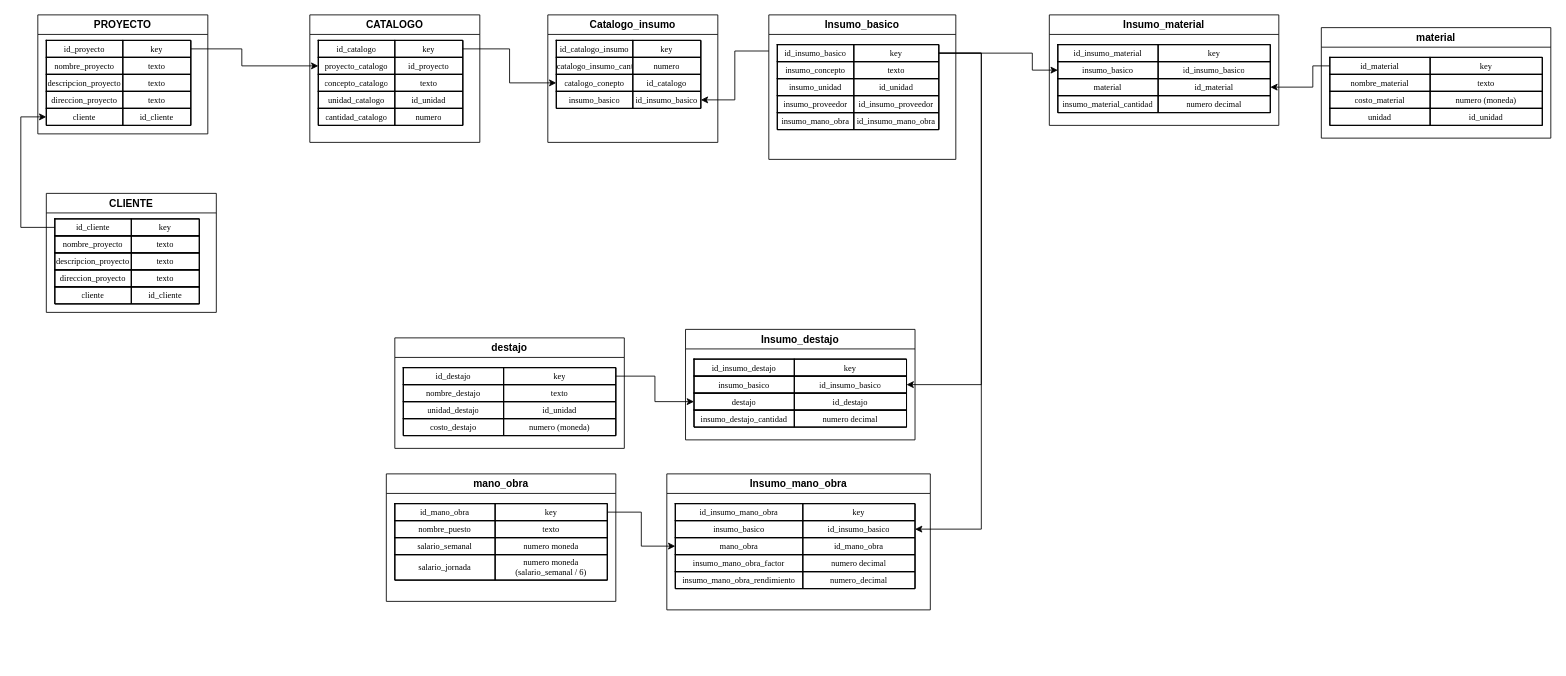
Before: Base_datos.drawio in joserra71/AdmonObra, a draw.io diagram. Source tidied: cells renumbered, new cells numbered last; positions are measured from the earlier drawing's top-left corner, leaving out a move shared by most shapes. Both pictures are drawn from the tidied source at 85%, with x=0, y=0 at pixel (20, 14).
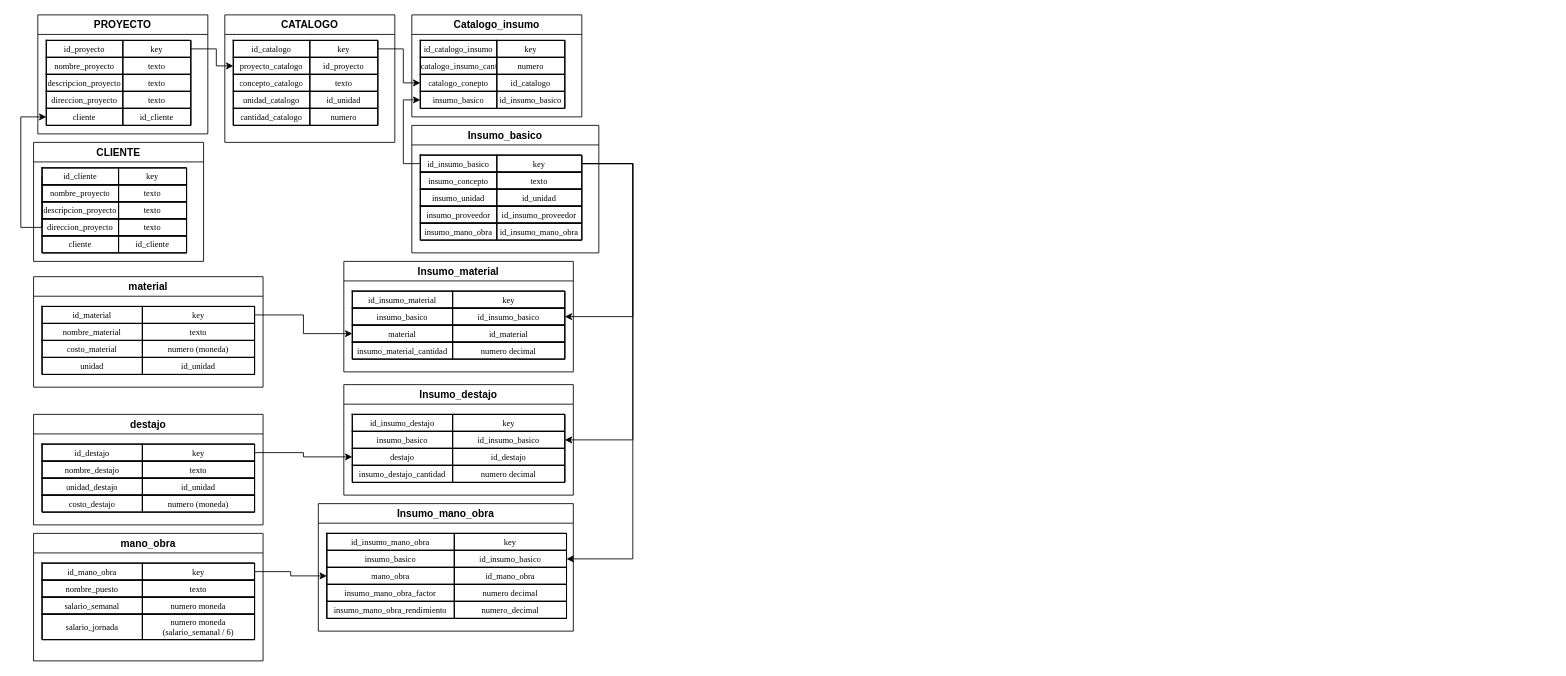
The same diagram, later.

Unchanged cells that the change refers to:
```xml
<mxCell id="4" style="shape=tableRow;horizontal=0;startSize=0;swimlaneHead=0;swimlaneBody=0;strokeColor=inherit;fillColor=none;points=[[0,0.5],[1,0.5]];portConstraint=eastwest;fixedHeader=1;" parent="3" vertex="1">
  <mxGeometry width="170" height="20" as="geometry" />
</mxCell>
<mxCell id="39" style="shape=tableRow;horizontal=0;startSize=0;swimlaneHead=0;swimlaneBody=0;strokeColor=inherit;fillColor=none;points=[[0,0.5],[1,0.5]];portConstraint=eastwest;fixedHeader=1;" parent="38" vertex="1">
  <mxGeometry width="170" height="20" as="geometry" />
</mxCell>
<mxCell id="42" style="shape=tableRow;horizontal=0;startSize=0;swimlaneHead=0;swimlaneBody=0;strokeColor=inherit;fillColor=none;points=[[0,0.5],[1,0.5]];portConstraint=eastwest;fixedHeader=1;" parent="38" vertex="1">
  <mxGeometry y="20" width="170" height="20" as="geometry" />
</mxCell>
<mxCell id="63" style="shape=tableRow;horizontal=0;startSize=0;swimlaneHead=0;swimlaneBody=0;strokeColor=inherit;fillColor=none;points=[[0,0.5],[1,0.5]];portConstraint=eastwest;fixedHeader=1;" parent="56" vertex="1">
  <mxGeometry y="40" width="170" height="20" as="geometry" />
</mxCell>
<mxCell id="66" style="shape=tableRow;horizontal=0;startSize=0;swimlaneHead=0;swimlaneBody=0;strokeColor=inherit;fillColor=none;points=[[0,0.5],[1,0.5]];portConstraint=eastwest;fixedHeader=1;" parent="56" vertex="1">
  <mxGeometry y="60" width="170" height="20" as="geometry" />
</mxCell>
<mxCell id="73" style="shape=tableRow;horizontal=0;startSize=0;swimlaneHead=0;swimlaneBody=0;strokeColor=inherit;fillColor=none;points=[[0,0.5],[1,0.5]];portConstraint=eastwest;fixedHeader=1;" parent="72" vertex="1">
  <mxGeometry width="190" height="20" as="geometry" />
</mxCell>
<mxCell id="93" style="shape=tableRow;horizontal=0;startSize=0;swimlaneHead=0;swimlaneBody=0;strokeColor=inherit;fillColor=none;points=[[0,0.5],[1,0.5]];portConstraint=eastwest;fixedHeader=1;" parent="89" vertex="1">
  <mxGeometry y="20" width="250" height="20" as="geometry" />
</mxCell>
<mxCell id="96" style="shape=tableRow;horizontal=0;startSize=0;swimlaneHead=0;swimlaneBody=0;strokeColor=inherit;fillColor=none;points=[[0,0.5],[1,0.5]];portConstraint=eastwest;fixedHeader=1;" parent="89" vertex="1">
  <mxGeometry y="40" width="250" height="20" as="geometry" />
</mxCell>
<mxCell id="104" style="shape=tableRow;horizontal=0;startSize=0;swimlaneHead=0;swimlaneBody=0;strokeColor=inherit;fillColor=none;points=[[0,0.5],[1,0.5]];portConstraint=eastwest;fixedHeader=1;" parent="103" vertex="1">
  <mxGeometry width="250" height="20" as="geometry" />
</mxCell>
<mxCell id="123" style="shape=tableRow;horizontal=0;startSize=0;swimlaneHead=0;swimlaneBody=0;strokeColor=inherit;fillColor=none;points=[[0,0.5],[1,0.5]];portConstraint=eastwest;fixedHeader=1;" parent="119" vertex="1">
  <mxGeometry y="20" width="250" height="20" as="geometry" />
</mxCell>
<mxCell id="153" style="shape=tableRow;horizontal=0;startSize=0;swimlaneHead=0;swimlaneBody=0;strokeColor=inherit;fillColor=none;points=[[0,0.5],[1,0.5]];portConstraint=eastwest;fixedHeader=1;" parent="149" vertex="1">
  <mxGeometry y="20" width="282" height="20" as="geometry" />
</mxCell>
```

What changed in the source:
```diff
@@
     <mxCell id="19" value="CLIENTE" style="swimlane;whiteSpace=wrap;html=1;" parent="1" vertex="1">
-      <mxGeometry x="30" y="210" width="200" height="140" as="geometry" />
+      <mxGeometry x="15" y="150" width="200" height="140" as="geometry" />
     </mxCell>
@@
     <mxCell id="37" value="CATALOGO" style="swimlane;whiteSpace=wrap;html=1;" parent="1" vertex="1">
-      <mxGeometry x="340" width="200" height="150" as="geometry" />
+      <mxGeometry x="240" width="200" height="150" as="geometry" />
     </mxCell>
@@
     <mxCell id="54" style="edgeStyle=orthogonalEdgeStyle;rounded=0;jettySize=auto;html=1;exitX=1;exitY=0.5;exitDx=0;exitDy=0;entryX=0;entryY=0.5;entryDx=0;entryDy=0;defaultLabelBackgroundColor=page;" parent="1" edge="1" source="4" target="42">
       <mxGeometry relative="1" as="geometry">
         <Array as="points">
-          <mxPoint x="260" y="40" />
-          <mxPoint x="260" y="60" />
+          <mxPoint x="230" y="40" />
+          <mxPoint x="230" y="60" />
         </Array>
       </mxGeometry>
     </mxCell>
     <mxCell id="55" value="Catalogo_insumo" style="swimlane;whiteSpace=wrap;html=1;" parent="1" vertex="1">
-      <mxGeometry x="620" width="200" height="150" as="geometry" />
+      <mxGeometry x="460" width="200" height="120" as="geometry" />
     </mxCell>
@@
     <mxCell id="69" style="edgeStyle=orthogonalEdgeStyle;rounded=0;jettySize=auto;html=1;exitX=1;exitY=0.5;exitDx=0;exitDy=0;entryX=0;entryY=0.5;entryDx=0;entryDy=0;defaultLabelBackgroundColor=page;" parent="1" edge="1" source="39" target="63">
-      <mxGeometry relative="1" as="geometry" />
+      <mxGeometry relative="1" as="geometry">
+        <Array as="points">
+          <mxPoint x="450" y="40" />
+          <mxPoint x="450" y="80" />
+        </Array>
+      </mxGeometry>
     </mxCell>
-    <mxCell id="70" style="edgeStyle=orthogonalEdgeStyle;rounded=0;jettySize=auto;html=1;exitX=0;exitY=0.25;exitDx=0;exitDy=0;entryX=1;entryY=0.5;entryDx=0;entryDy=0;defaultLabelBackgroundColor=page;" parent="1" edge="1" source="71" target="66">
-      <mxGeometry relative="1" as="geometry" />
+    <mxCell id="70" style="edgeStyle=orthogonalEdgeStyle;rounded=0;jettySize=auto;html=1;entryX=0;entryY=0.5;entryDx=0;entryDy=0;defaultLabelBackgroundColor=page;" parent="1" edge="1" source="73" target="66">
+      <mxGeometry x="0.21" relative="1" as="geometry">
+        <Array as="points">
+          <mxPoint x="450" y="175" />
+          <mxPoint x="450" y="100" />
+        </Array>
+      </mxGeometry>
     </mxCell>
     <mxCell id="71" value="Insumo_basico" style="swimlane;whiteSpace=wrap;html=1;" parent="1" vertex="1">
-      <mxGeometry x="880" width="220" height="170" as="geometry" />
+      <mxGeometry x="460" y="130" width="220" height="150" as="geometry" />
     </mxCell>
@@
     <mxCell id="88" value="Insumo_material" style="swimlane;whiteSpace=wrap;html=1;" parent="1" vertex="1">
-      <mxGeometry x="1210" width="270" height="130" as="geometry" />
+      <mxGeometry x="380" y="290" width="270" height="130" as="geometry" />
     </mxCell>
@@
     <mxCell id="102" value="material" style="swimlane;whiteSpace=wrap;html=1;" parent="1" vertex="1">
-      <mxGeometry x="1530" y="15" width="270" height="130" as="geometry" />
+      <mxGeometry x="15" y="308" width="270" height="130" as="geometry" />
     </mxCell>
@@
-    <mxCell id="116" style="edgeStyle=orthogonalEdgeStyle;rounded=0;jettySize=auto;html=1;exitX=0;exitY=0.5;exitDx=0;exitDy=0;entryX=1;entryY=0.5;entryDx=0;entryDy=0;defaultLabelBackgroundColor=page;" parent="1" edge="1" source="104" target="96">
-      <mxGeometry x="0.04" relative="1" as="geometry">
-        <Array as="points">
-          <mxPoint x="1520" y="60" />
-          <mxPoint x="1520" y="85" />
-        </Array>
-      </mxGeometry>
-    </mxCell>
-    <mxCell id="117" style="edgeStyle=orthogonalEdgeStyle;rounded=0;jettySize=auto;html=1;exitX=1;exitY=0.5;exitDx=0;exitDy=0;entryX=0;entryY=0.5;entryDx=0;entryDy=0;defaultLabelBackgroundColor=page;" parent="1" edge="1" source="73" target="93">
-      <mxGeometry relative="1" as="geometry">
+    <mxCell id="117" style="edgeStyle=orthogonalEdgeStyle;rounded=0;jettySize=auto;html=1;exitX=1;exitY=0.5;exitDx=0;exitDy=0;entryX=1;entryY=0.5;entryDx=0;entryDy=0;defaultLabelBackgroundColor=page;" parent="1" edge="1" source="73" target="93">
+      <mxGeometry x="0.12" relative="1" as="geometry">
         <Array as="points">
-          <mxPoint x="1190" y="45" />
-          <mxPoint x="1190" y="65" />
+          <mxPoint x="720" y="175" />
+          <mxPoint x="720" y="355" />
         </Array>
       </mxGeometry>
     </mxCell>
     <mxCell id="118" value="Insumo_destajo" style="swimlane;whiteSpace=wrap;html=1;" parent="1" vertex="1">
-      <mxGeometry x="782" y="370" width="270" height="130" as="geometry" />
+      <mxGeometry x="380" y="435" width="270" height="130" as="geometry" />
     </mxCell>
@@
     <mxCell id="132" style="edgeStyle=orthogonalEdgeStyle;rounded=0;jettySize=auto;html=1;exitX=1;exitY=0.5;exitDx=0;exitDy=0;defaultLabelBackgroundColor=page;entryX=1;entryY=0.5;entryDx=0;entryDy=0;" parent="1" edge="1" source="73" target="123">
-      <mxGeometry x="0.22" relative="1" as="geometry">
+      <mxGeometry x="0.51" relative="1" as="geometry">
         <Array as="points">
-          <mxPoint x="1130" y="45" />
-          <mxPoint x="1130" y="435" />
+          <mxPoint x="720" y="175" />
+          <mxPoint x="720" y="500" />
         </Array>
       </mxGeometry>
     </mxCell>
     <mxCell id="133" value="destajo" style="swimlane;whiteSpace=wrap;html=1;" parent="1" vertex="1">
-      <mxGeometry x="440" y="380" width="270" height="130" as="geometry" />
+      <mxGeometry x="15" y="470" width="270" height="130" as="geometry" />
     </mxCell>
@@
     <mxCell id="148" value="Insumo_mano_obra" style="swimlane;whiteSpace=wrap;html=1;" parent="1" vertex="1">
-      <mxGeometry x="760" y="540" width="310" height="160" as="geometry" />
+      <mxGeometry x="350" y="575" width="300" height="150" as="geometry" />
     </mxCell>
@@
     <mxCell id="165" style="edgeStyle=orthogonalEdgeStyle;rounded=0;jettySize=auto;html=1;exitX=1;exitY=0.5;exitDx=0;exitDy=0;defaultLabelBackgroundColor=page;entryX=1;entryY=0.5;entryDx=0;entryDy=0;" parent="1" edge="1" source="73" target="153">
-      <mxGeometry x="0.19" relative="1" as="geometry">
+      <mxGeometry x="0.15" relative="1" as="geometry">
         <Array as="points">
-          <mxPoint x="1130" y="45" />
-          <mxPoint x="1130" y="605" />
+          <mxPoint x="720" y="175" />
+          <mxPoint x="720" y="640" />
         </Array>
       </mxGeometry>
     </mxCell>
     <mxCell id="166" value="mano_obra" style="swimlane;whiteSpace=wrap;html=1;" parent="1" vertex="1">
-      <mxGeometry x="430" y="540" width="270" height="150" as="geometry" />
+      <mxGeometry x="15" y="610" width="270" height="150" as="geometry" />
     </mxCell>
@@
+    <mxCell id="116" style="edgeStyle=orthogonalEdgeStyle;rounded=0;jettySize=auto;html=1;exitX=1;exitY=0.5;exitDx=0;exitDy=0;entryX=0;entryY=0.5;entryDx=0;entryDy=0;defaultLabelBackgroundColor=page;" parent="1" edge="1" source="104" target="96">
+      <mxGeometry relative="1" as="geometry" />
+    </mxCell>
```
